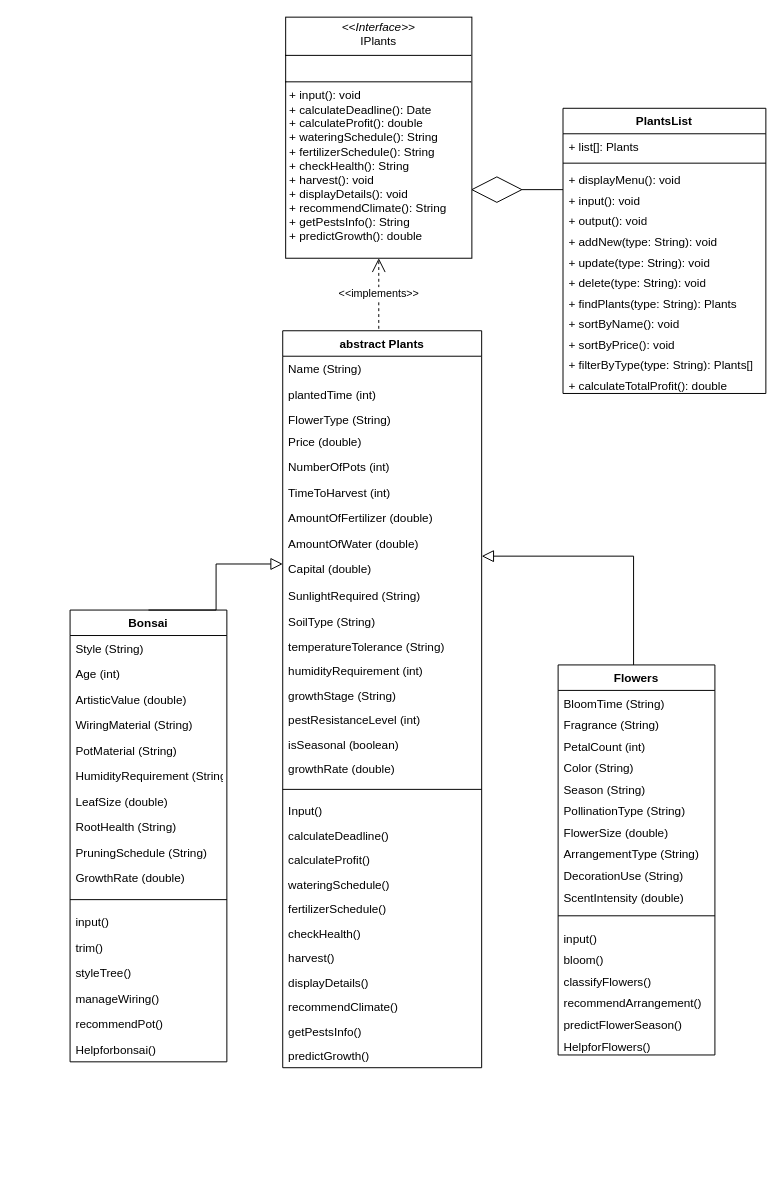
The draw.io diagram Untitled Diagram.drawio in NgoAnhThanThien/thanthien123, before the edit. Source tidied: cells renumbered, new cells numbered last; positions are measured from the earlier drawing's top-left corner, leaving out a move shared by most shapes. Both pictures are drawn from the tidied source at 98%, with x=0, y=0 at pixel (70, 17).
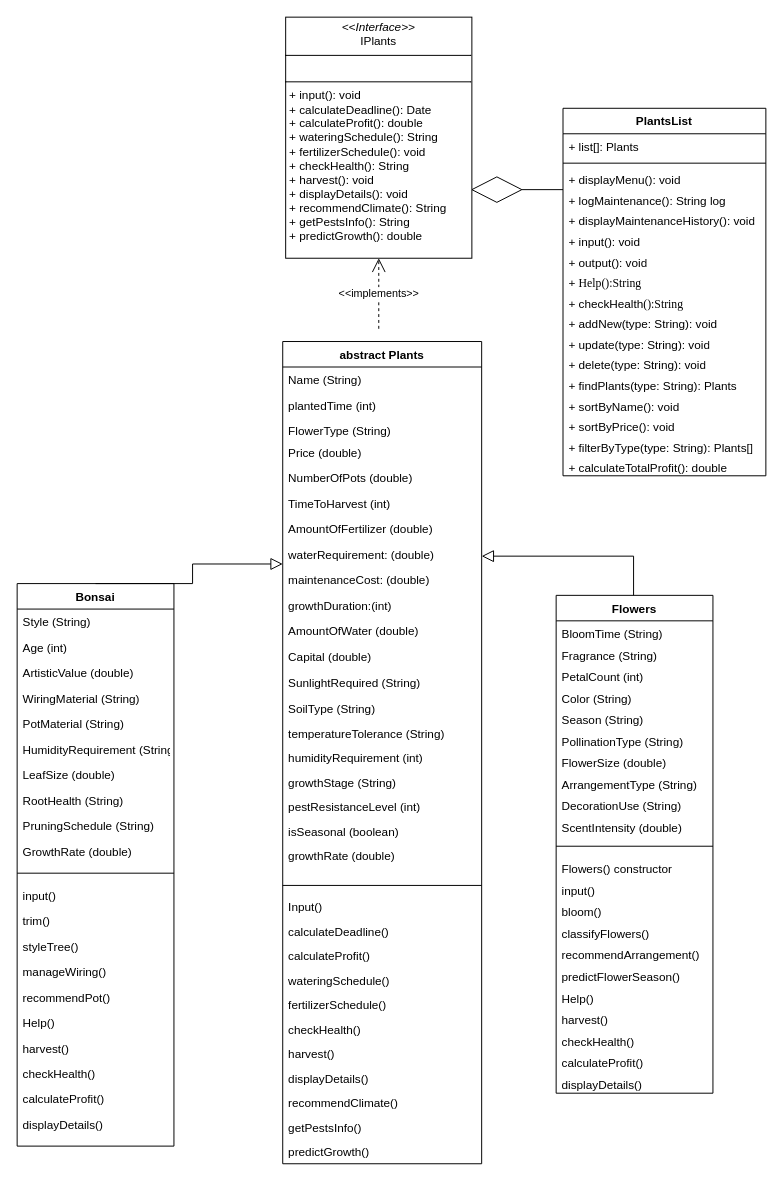
Above is the later version.

What changed in the source:
```diff
@@
     <mxCell id="2" value="abstract Plants" style="swimlane;fontStyle=1;align=center;verticalAlign=top;horizontal=1;startSize=26;rounded=0;shadow=0;strokeWidth=1;" parent="1" vertex="1">
-      <mxGeometry x="217" y="320" width="203" height="752" as="geometry" />
+      <mxGeometry x="217" y="331" width="203" height="839" as="geometry" />
     </mxCell>
@@
-    <mxCell id="7" value="NumberOfPots (int)" style="text;align=left;verticalAlign=top;spacingLeft=4;spacingRight=4;overflow=hidden;" parent="2" vertex="1">
+    <mxCell id="7" value="NumberOfPots (double)" style="text;align=left;verticalAlign=top;spacingLeft=4;spacingRight=4;overflow=hidden;" parent="2" vertex="1">
       <mxGeometry y="126" width="203" height="26" as="geometry" />
     </mxCell>
@@
+    <mxCell id="88" value="waterRequirement: (double)" style="text;align=left;verticalAlign=top;spacingLeft=4;spacingRight=4;overflow=hidden;" parent="2" vertex="1">
+      <mxGeometry y="204" width="203" height="26" as="geometry" />
+    </mxCell>
+    <mxCell id="89" value="maintenanceCost: (double)" style="text;align=left;verticalAlign=top;spacingLeft=4;spacingRight=4;overflow=hidden;" parent="2" vertex="1">
+      <mxGeometry y="230" width="203" height="26" as="geometry" />
+    </mxCell>
+    <mxCell id="90" value="growthDuration:(int)" style="text;align=left;verticalAlign=top;spacingLeft=4;spacingRight=4;overflow=hidden;" parent="2" vertex="1">
+      <mxGeometry y="256" width="203" height="26" as="geometry" />
+    </mxCell>
     <mxCell id="10" value="AmountOfWater (double)" style="text;align=left;verticalAlign=top;spacingLeft=4;spacingRight=4;overflow=hidden;" parent="2" vertex="1">
-      <mxGeometry y="204" width="203" height="26" as="geometry" />
+      <mxGeometry y="282" width="203" height="26" as="geometry" />
     </mxCell>
     <mxCell id="11" value="Capital (double)" style="text;align=left;verticalAlign=top;spacingLeft=4;spacingRight=4;overflow=hidden;" parent="2" vertex="1">
-      <mxGeometry y="230" width="203" height="27" as="geometry" />
+      <mxGeometry y="308" width="203" height="27" as="geometry" />
     </mxCell>
     <mxCell id="12" value="SunlightRequired (String)" style="text;align=left;verticalAlign=top;spacingLeft=4;spacingRight=4;overflow=hidden;" parent="2" vertex="1">
-      <mxGeometry y="257" width="203" height="27" as="geometry" />
+      <mxGeometry y="335" width="203" height="27" as="geometry" />
     </mxCell>
     <mxCell id="13" value="SoilType (String)" style="text;align=left;verticalAlign=top;spacingLeft=4;spacingRight=4;overflow=hidden;" parent="2" vertex="1">
-      <mxGeometry y="284" width="203" height="25" as="geometry" />
+      <mxGeometry y="362" width="203" height="25" as="geometry" />
     </mxCell>
     <mxCell id="14" value="temperatureTolerance (String)" style="text;align=left;verticalAlign=top;spacingLeft=4;spacingRight=4;overflow=hidden;" parent="2" vertex="1">
-      <mxGeometry y="309" width="203" height="25" as="geometry" />
+      <mxGeometry y="387" width="203" height="25" as="geometry" />
     </mxCell>
     <mxCell id="15" value="humidityRequirement (int)" style="text;align=left;verticalAlign=top;spacingLeft=4;spacingRight=4;overflow=hidden;" parent="2" vertex="1">
-      <mxGeometry y="334" width="203" height="25" as="geometry" />
+      <mxGeometry y="412" width="203" height="25" as="geometry" />
     </mxCell>
     <mxCell id="16" value="growthStage (String)" style="text;align=left;verticalAlign=top;spacingLeft=4;spacingRight=4;overflow=hidden;" parent="2" vertex="1">
-      <mxGeometry y="359" width="203" height="25" as="geometry" />
+      <mxGeometry y="437" width="203" height="25" as="geometry" />
     </mxCell>
     <mxCell id="17" value="pestResistanceLevel (int)" style="text;align=left;verticalAlign=top;spacingLeft=4;spacingRight=4;overflow=hidden;" parent="2" vertex="1">
-      <mxGeometry y="384" width="203" height="25" as="geometry" />
+      <mxGeometry y="462" width="203" height="25" as="geometry" />
     </mxCell>
     <mxCell id="18" value="isSeasonal (boolean)" style="text;align=left;verticalAlign=top;spacingLeft=4;spacingRight=4;overflow=hidden;" parent="2" vertex="1">
-      <mxGeometry y="409" width="203" height="25" as="geometry" />
+      <mxGeometry y="487" width="203" height="25" as="geometry" />
     </mxCell>
     <mxCell id="19" value="growthRate (double)" style="text;align=left;verticalAlign=top;spacingLeft=4;spacingRight=4;overflow=hidden;" parent="2" vertex="1">
-      <mxGeometry y="434" width="203" height="25" as="geometry" />
+      <mxGeometry y="512" width="203" height="34" as="geometry" />
     </mxCell>
     <mxCell id="20" style="line;html=1;strokeWidth=1;align=left;verticalAlign=middle;spacingTop=-1;spacingLeft=3;spacingRight=3;labelPosition=right;" parent="2" vertex="1">
-      <mxGeometry y="459" width="203" height="18" as="geometry" />
+      <mxGeometry y="546" width="203" height="18" as="geometry" />
     </mxCell>
     <mxCell id="21" value="Input()" style="text;align=left;verticalAlign=top;spacingLeft=4;spacingRight=4;overflow=hidden;" parent="2" vertex="1">
-      <mxGeometry y="477" width="203" height="25" as="geometry" />
+      <mxGeometry y="564" width="203" height="25" as="geometry" />
     </mxCell>
     <mxCell id="22" value="calculateDeadline()" style="text;align=left;verticalAlign=top;spacingLeft=4;spacingRight=4;overflow=hidden;" parent="2" vertex="1">
-      <mxGeometry y="502" width="203" height="25" as="geometry" />
+      <mxGeometry y="589" width="203" height="25" as="geometry" />
     </mxCell>
     <mxCell id="23" value="calculateProfit()" style="text;align=left;verticalAlign=top;spacingLeft=4;spacingRight=4;overflow=hidden;" parent="2" vertex="1">
-      <mxGeometry y="527" width="203" height="25" as="geometry" />
+      <mxGeometry y="614" width="203" height="25" as="geometry" />
     </mxCell>
     <mxCell id="24" value="wateringSchedule()" style="text;align=left;verticalAlign=top;spacingLeft=4;spacingRight=4;overflow=hidden;" parent="2" vertex="1">
-      <mxGeometry y="552" width="203" height="25" as="geometry" />
+      <mxGeometry y="639" width="203" height="25" as="geometry" />
     </mxCell>
     <mxCell id="25" value="fertilizerSchedule()" style="text;align=left;verticalAlign=top;spacingLeft=4;spacingRight=4;overflow=hidden;" parent="2" vertex="1">
-      <mxGeometry y="577" width="203" height="25" as="geometry" />
+      <mxGeometry y="664" width="203" height="25" as="geometry" />
     </mxCell>
     <mxCell id="26" value="checkHealth()" style="text;align=left;verticalAlign=top;spacingLeft=4;spacingRight=4;overflow=hidden;" parent="2" vertex="1">
-      <mxGeometry y="602" width="203" height="25" as="geometry" />
+      <mxGeometry y="689" width="203" height="25" as="geometry" />
     </mxCell>
     <mxCell id="27" value="harvest()" style="text;align=left;verticalAlign=top;spacingLeft=4;spacingRight=4;overflow=hidden;" parent="2" vertex="1">
-      <mxGeometry y="627" width="203" height="25" as="geometry" />
+      <mxGeometry y="714" width="203" height="25" as="geometry" />
     </mxCell>
     <mxCell id="28" value="displayDetails()" style="text;align=left;verticalAlign=top;spacingLeft=4;spacingRight=4;overflow=hidden;" parent="2" vertex="1">
-      <mxGeometry y="652" width="203" height="25" as="geometry" />
+      <mxGeometry y="739" width="203" height="25" as="geometry" />
     </mxCell>
     <mxCell id="29" value="recommendClimate()" style="text;align=left;verticalAlign=top;spacingLeft=4;spacingRight=4;overflow=hidden;" parent="2" vertex="1">
-      <mxGeometry y="677" width="203" height="25" as="geometry" />
+      <mxGeometry y="764" width="203" height="25" as="geometry" />
     </mxCell>
     <mxCell id="30" value="getPestsInfo()" style="text;align=left;verticalAlign=top;spacingLeft=4;spacingRight=4;overflow=hidden;" parent="2" vertex="1">
-      <mxGeometry y="702" width="203" height="25" as="geometry" />
+      <mxGeometry y="789" width="203" height="25" as="geometry" />
     </mxCell>
     <mxCell id="31" value="predictGrowth()" style="text;align=left;verticalAlign=top;spacingLeft=4;spacingRight=4;overflow=hidden;" parent="2" vertex="1">
-      <mxGeometry y="727" width="203" height="25" as="geometry" />
+      <mxGeometry y="814" width="203" height="25" as="geometry" />
     </mxCell>
     <mxCell id="32" value="Bonsai" style="swimlane;fontStyle=1;align=center;verticalAlign=top;horizontal=1;startSize=26;rounded=0;shadow=0;strokeWidth=1;" parent="1" vertex="1">
-      <mxGeometry y="605" width="160" height="461" as="geometry" />
+      <mxGeometry x="-54" y="578" width="160" height="574" as="geometry" />
     </mxCell>
@@
-    <mxCell id="49" value="Helpforbonsai()" style="text;align=left;verticalAlign=top;spacingLeft=4;spacingRight=4;overflow=hidden;" parent="32" vertex="1">
+    <mxCell id="49" value="Help()" style="text;align=left;verticalAlign=top;spacingLeft=4;spacingRight=4;overflow=hidden;" parent="32" vertex="1">
       <mxGeometry y="435" width="160" height="26" as="geometry" />
     </mxCell>
+    <mxCell id="91" value="harvest()" style="text;align=left;verticalAlign=top;spacingLeft=4;spacingRight=4;overflow=hidden;" parent="32" vertex="1">
+      <mxGeometry y="461" width="160" height="26" as="geometry" />
+    </mxCell>
+    <mxCell id="92" value="checkHealth()" style="text;align=left;verticalAlign=top;spacingLeft=4;spacingRight=4;overflow=hidden;" parent="32" vertex="1">
+      <mxGeometry y="487" width="160" height="26" as="geometry" />
+    </mxCell>
+    <mxCell id="93" value="calculateProfit()" style="text;align=left;verticalAlign=top;spacingLeft=4;spacingRight=4;overflow=hidden;" parent="32" vertex="1">
+      <mxGeometry y="513" width="160" height="26" as="geometry" />
+    </mxCell>
+    <mxCell id="94" value="displayDetails() " style="text;align=left;verticalAlign=top;spacingLeft=4;spacingRight=4;overflow=hidden;" parent="32" vertex="1">
+      <mxGeometry y="539" width="160" height="26" as="geometry" />
+    </mxCell>
     <mxCell id="50" style="endArrow=block;endSize=10;endFill=0;shadow=0;strokeWidth=1;rounded=0;edgeStyle=elbowEdgeStyle;entryX=-0.006;entryY=-0.04;entryDx=0;entryDy=0;entryPerimeter=0;exitX=0.5;exitY=0;exitDx=0;exitDy=0;" parent="1" edge="1" source="32">
       <mxGeometry relative="1" as="geometry">
         <mxPoint x="217" y="558" as="targetPoint" />
+        <Array as="points">
+          <mxPoint x="125" y="535" />
+        </Array>
       </mxGeometry>
     </mxCell>
     <mxCell id="51" value="Flowers" style="swimlane;fontStyle=1;align=center;verticalAlign=top;horizontal=1;startSize=26;rounded=0;shadow=0;strokeWidth=1;" parent="1" vertex="1">
-      <mxGeometry x="498" y="661" width="160" height="398" as="geometry" />
+      <mxGeometry x="496" y="590" width="160" height="508" as="geometry" />
     </mxCell>
@@
-    <mxCell id="63" value="input()" style="text;align=left;verticalAlign=top;spacingLeft=4;spacingRight=4;overflow=hidden;" parent="51" vertex="1">
+    <mxCell id="63" value="Flowers() constructor" style="text;align=left;verticalAlign=top;spacingLeft=4;spacingRight=4;overflow=hidden;" parent="51" vertex="1">
       <mxGeometry y="266" width="160" height="22" as="geometry" />
     </mxCell>
+    <mxCell id="95" value="input()" style="text;align=left;verticalAlign=top;spacingLeft=4;spacingRight=4;overflow=hidden;" parent="51" vertex="1">
+      <mxGeometry y="288" width="160" height="22" as="geometry" />
+    </mxCell>
     <mxCell id="64" value="bloom()" style="text;align=left;verticalAlign=top;spacingLeft=4;spacingRight=4;overflow=hidden;" parent="51" vertex="1">
-      <mxGeometry y="288" width="160" height="22" as="geometry" />
+      <mxGeometry y="310" width="160" height="22" as="geometry" />
     </mxCell>
     <mxCell id="65" value="classifyFlowers()" style="text;align=left;verticalAlign=top;spacingLeft=4;spacingRight=4;overflow=hidden;" parent="51" vertex="1">
-      <mxGeometry y="310" width="160" height="22" as="geometry" />
+      <mxGeometry y="332" width="160" height="22" as="geometry" />
     </mxCell>
     <mxCell id="66" value="recommendArrangement()" style="text;align=left;verticalAlign=top;spacingLeft=4;spacingRight=4;overflow=hidden;" parent="51" vertex="1">
-      <mxGeometry y="332" width="160" height="22" as="geometry" />
+      <mxGeometry y="354" width="160" height="22" as="geometry" />
     </mxCell>
     <mxCell id="67" value="predictFlowerSeason()" style="text;align=left;verticalAlign=top;spacingLeft=4;spacingRight=4;overflow=hidden;" parent="51" vertex="1">
-      <mxGeometry y="354" width="160" height="22" as="geometry" />
+      <mxGeometry y="376" width="160" height="22" as="geometry" />
     </mxCell>
-    <mxCell id="68" value="HelpforFlowers()" style="text;align=left;verticalAlign=top;spacingLeft=4;spacingRight=4;overflow=hidden;" parent="51" vertex="1">
-      <mxGeometry y="376" width="160" height="22" as="geometry" />
+    <mxCell id="68" value="Help()" style="text;align=left;verticalAlign=top;spacingLeft=4;spacingRight=4;overflow=hidden;" parent="51" vertex="1">
+      <mxGeometry y="398" width="160" height="22" as="geometry" />
     </mxCell>
+    <mxCell id="96" value="harvest()" style="text;align=left;verticalAlign=top;spacingLeft=4;spacingRight=4;overflow=hidden;" parent="51" vertex="1">
+      <mxGeometry y="420" width="160" height="22" as="geometry" />
+    </mxCell>
+    <mxCell id="97" value="checkHealth()" style="text;align=left;verticalAlign=top;spacingLeft=4;spacingRight=4;overflow=hidden;" parent="51" vertex="1">
+      <mxGeometry y="442" width="160" height="22" as="geometry" />
+    </mxCell>
+    <mxCell id="98" value="calculateProfit()" style="text;align=left;verticalAlign=top;spacingLeft=4;spacingRight=4;overflow=hidden;" parent="51" vertex="1">
+      <mxGeometry y="464" width="160" height="22" as="geometry" />
+    </mxCell>
+    <mxCell id="99" value="displayDetails() " style="text;align=left;verticalAlign=top;spacingLeft=4;spacingRight=4;overflow=hidden;" parent="51" vertex="1">
+      <mxGeometry y="486" width="160" height="22" as="geometry" />
+    </mxCell>
@@
     <mxCell id="72" value="PlantsList" style="swimlane;fontStyle=1;align=center;verticalAlign=top;horizontal=1;startSize=26;whiteSpace=wrap;html=1;" parent="1" vertex="1">
-      <mxGeometry x="503" y="93" width="207" height="291" as="geometry" />
+      <mxGeometry x="503" y="93" width="207" height="375" as="geometry" />
     </mxCell>
@@
+    <mxCell id="100" value="&lt;font&gt;+&amp;nbsp;&lt;span style=&quot;line-height: 107%;&quot;&gt;logMaintenance&lt;/span&gt;(): String log&lt;/font&gt;" style="text;strokeColor=none;fillColor=none;align=left;verticalAlign=top;spacingLeft=4;spacingRight=4;overflow=hidden;whiteSpace=wrap;html=1;" parent="72" vertex="1">
+      <mxGeometry y="81" width="207" height="21" as="geometry" />
+    </mxCell>
+    <mxCell id="101" value="&lt;font&gt;+&amp;nbsp;&lt;span style=&quot;line-height: 107%;&quot;&gt;displayMaintenanceHistory&lt;/span&gt;(): void&lt;/font&gt;" style="text;strokeColor=none;fillColor=none;align=left;verticalAlign=top;spacingLeft=4;spacingRight=4;overflow=hidden;whiteSpace=wrap;html=1;" parent="72" vertex="1">
+      <mxGeometry y="102" width="207" height="21" as="geometry" />
+    </mxCell>
     <mxCell id="76" value="+&amp;nbsp;input(): void" style="text;strokeColor=none;fillColor=none;align=left;verticalAlign=top;spacingLeft=4;spacingRight=4;overflow=hidden;whiteSpace=wrap;html=1;" parent="72" vertex="1">
-      <mxGeometry y="81" width="207" height="21" as="geometry" />
+      <mxGeometry y="123" width="207" height="21" as="geometry" />
     </mxCell>
     <mxCell id="77" value="+&amp;nbsp;output(): void" style="text;strokeColor=none;fillColor=none;align=left;verticalAlign=top;spacingLeft=4;spacingRight=4;overflow=hidden;whiteSpace=wrap;html=1;" parent="72" vertex="1">
-      <mxGeometry y="102" width="207" height="21" as="geometry" />
+      <mxGeometry y="144" width="207" height="21" as="geometry" />
     </mxCell>
+    <mxCell id="102" value="&lt;font&gt;+ &lt;font style=&quot;&quot; face=&quot;Times New Roman, serif&quot;&gt;Help():String&lt;/font&gt;&lt;/font&gt;" style="text;strokeColor=none;fillColor=none;align=left;verticalAlign=top;spacingLeft=4;spacingRight=4;overflow=hidden;whiteSpace=wrap;html=1;" parent="72" vertex="1">
+      <mxGeometry y="165" width="207" height="21" as="geometry" />
+    </mxCell>
+    <mxCell id="103" value="&lt;font&gt;+&amp;nbsp;&lt;span style=&quot;line-height: 107%;&quot;&gt;checkHealth&lt;/span&gt;&lt;font style=&quot;&quot; face=&quot;Times New Roman, serif&quot;&gt;():String&lt;/font&gt;&lt;/font&gt;" style="text;strokeColor=none;fillColor=none;align=left;verticalAlign=top;spacingLeft=4;spacingRight=4;overflow=hidden;whiteSpace=wrap;html=1;" parent="72" vertex="1">
+      <mxGeometry y="186" width="207" height="21" as="geometry" />
+    </mxCell>
     <mxCell id="78" value="+&amp;nbsp;addNew(type: String): void" style="text;strokeColor=none;fillColor=none;align=left;verticalAlign=top;spacingLeft=4;spacingRight=4;overflow=hidden;whiteSpace=wrap;html=1;" parent="72" vertex="1">
-      <mxGeometry y="123" width="207" height="21" as="geometry" />
+      <mxGeometry y="207" width="207" height="21" as="geometry" />
     </mxCell>
     <mxCell id="79" value="+ update(type: String): void" style="text;strokeColor=none;fillColor=none;align=left;verticalAlign=top;spacingLeft=4;spacingRight=4;overflow=hidden;whiteSpace=wrap;html=1;" parent="72" vertex="1">
-      <mxGeometry y="144" width="207" height="21" as="geometry" />
+      <mxGeometry y="228" width="207" height="21" as="geometry" />
     </mxCell>
     <mxCell id="80" value="+ delete(type: String): void" style="text;strokeColor=none;fillColor=none;align=left;verticalAlign=top;spacingLeft=4;spacingRight=4;overflow=hidden;whiteSpace=wrap;html=1;" parent="72" vertex="1">
-      <mxGeometry y="165" width="207" height="21" as="geometry" />
+      <mxGeometry y="249" width="207" height="21" as="geometry" />
     </mxCell>
     <mxCell id="81" value="+ findPlants(type: String): Plants" style="text;strokeColor=none;fillColor=none;align=left;verticalAlign=top;spacingLeft=4;spacingRight=4;overflow=hidden;whiteSpace=wrap;html=1;" parent="72" vertex="1">
-      <mxGeometry y="186" width="207" height="21" as="geometry" />
+      <mxGeometry y="270" width="207" height="21" as="geometry" />
     </mxCell>
     <mxCell id="82" value="+ sortByName(): void" style="text;strokeColor=none;fillColor=none;align=left;verticalAlign=top;spacingLeft=4;spacingRight=4;overflow=hidden;whiteSpace=wrap;html=1;" parent="72" vertex="1">
-      <mxGeometry y="207" width="207" height="21" as="geometry" />
+      <mxGeometry y="291" width="207" height="21" as="geometry" />
     </mxCell>
     <mxCell id="83" value="+ sortByPrice(): void" style="text;strokeColor=none;fillColor=none;align=left;verticalAlign=top;spacingLeft=4;spacingRight=4;overflow=hidden;whiteSpace=wrap;html=1;" parent="72" vertex="1">
-      <mxGeometry y="228" width="207" height="21" as="geometry" />
+      <mxGeometry y="312" width="207" height="21" as="geometry" />
     </mxCell>
     <mxCell id="84" value="+ filterByType(type: String): Plants[]" style="text;strokeColor=none;fillColor=none;align=left;verticalAlign=top;spacingLeft=4;spacingRight=4;overflow=hidden;whiteSpace=wrap;html=1;" parent="72" vertex="1">
-      <mxGeometry y="249" width="207" height="21" as="geometry" />
+      <mxGeometry y="333" width="207" height="21" as="geometry" />
     </mxCell>
     <mxCell id="85" value="+ calculateTotalProfit(): double" style="text;strokeColor=none;fillColor=none;align=left;verticalAlign=top;spacingLeft=4;spacingRight=4;overflow=hidden;whiteSpace=wrap;html=1;" parent="72" vertex="1">
-      <mxGeometry y="270" width="207" height="21" as="geometry" />
+      <mxGeometry y="354" width="207" height="21" as="geometry" />
     </mxCell>
-    <mxCell id="86" value="&lt;p style=&quot;margin:0px;margin-top:4px;text-align:center;&quot;&gt;&lt;i&gt;&amp;lt;&amp;lt;Interface&amp;gt;&amp;gt;&lt;/i&gt;&lt;br&gt;IPlants&lt;/p&gt;&lt;hr size=&quot;1&quot; style=&quot;border-style:solid;&quot;&gt;&lt;p style=&quot;margin:0px;margin-left:4px;&quot;&gt;&lt;br&gt;&lt;/p&gt;&lt;hr size=&quot;1&quot; style=&quot;border-style:solid;&quot;&gt;&lt;p style=&quot;margin:0px;margin-left:4px;&quot;&gt;+ input(): void&lt;/p&gt;&lt;p style=&quot;margin:0px;margin-left:4px;&quot;&gt;+ calculateDeadline(): Date&lt;/p&gt;&lt;p style=&quot;margin:0px;margin-left:4px;&quot;&gt;+ calculateProfit(): double&amp;nbsp;&lt;/p&gt;&lt;p style=&quot;margin:0px;margin-left:4px;&quot;&gt;+ wateringSchedule(): String&amp;nbsp;&lt;/p&gt;&lt;p style=&quot;margin:0px;margin-left:4px;&quot;&gt;+ fertilizerSchedule(): String&amp;nbsp;&lt;/p&gt;&lt;p style=&quot;margin:0px;margin-left:4px;&quot;&gt;+ checkHealth(): String&amp;nbsp;&lt;/p&gt;&lt;p style=&quot;margin:0px;margin-left:4px;&quot;&gt;+ harvest(): void&amp;nbsp;&lt;/p&gt;&lt;p style=&quot;margin:0px;margin-left:4px;&quot;&gt;+ displayDetails(): void&amp;nbsp;&lt;/p&gt;&lt;p style=&quot;margin:0px;margin-left:4px;&quot;&gt;+ recommendClimate(): String&amp;nbsp;&lt;/p&gt;&lt;p style=&quot;margin:0px;margin-left:4px;&quot;&gt;+ getPestsInfo(): String&amp;nbsp;&lt;/p&gt;&lt;p style=&quot;margin:0px;margin-left:4px;&quot;&gt;+ predictGrowth(): double&lt;/p&gt;" style="verticalAlign=top;align=left;overflow=fill;html=1;whiteSpace=wrap;" parent="1" vertex="1">
+    <mxCell id="86" value="&lt;p style=&quot;margin:0px;margin-top:4px;text-align:center;&quot;&gt;&lt;i&gt;&amp;lt;&amp;lt;Interface&amp;gt;&amp;gt;&lt;/i&gt;&lt;br&gt;IPlants&lt;/p&gt;&lt;hr size=&quot;1&quot; style=&quot;border-style:solid;&quot;&gt;&lt;p style=&quot;margin:0px;margin-left:4px;&quot;&gt;&lt;br&gt;&lt;/p&gt;&lt;hr size=&quot;1&quot; style=&quot;border-style:solid;&quot;&gt;&lt;p style=&quot;margin:0px;margin-left:4px;&quot;&gt;+ input(): void&lt;/p&gt;&lt;p style=&quot;margin:0px;margin-left:4px;&quot;&gt;+ calculateDeadline(): Date&lt;/p&gt;&lt;p style=&quot;margin:0px;margin-left:4px;&quot;&gt;+ calculateProfit(): double&amp;nbsp;&lt;/p&gt;&lt;p style=&quot;margin:0px;margin-left:4px;&quot;&gt;+ wateringSchedule(): String&amp;nbsp;&lt;/p&gt;&lt;p style=&quot;margin:0px;margin-left:4px;&quot;&gt;+ fertilizerSchedule(): void&lt;/p&gt;&lt;p style=&quot;margin:0px;margin-left:4px;&quot;&gt;+ checkHealth(): String&amp;nbsp;&lt;/p&gt;&lt;p style=&quot;margin:0px;margin-left:4px;&quot;&gt;+ harvest(): void&amp;nbsp;&lt;/p&gt;&lt;p style=&quot;margin:0px;margin-left:4px;&quot;&gt;+ displayDetails(): void&amp;nbsp;&lt;/p&gt;&lt;p style=&quot;margin:0px;margin-left:4px;&quot;&gt;+ recommendClimate(): String&amp;nbsp;&lt;/p&gt;&lt;p style=&quot;margin:0px;margin-left:4px;&quot;&gt;+ getPestsInfo(): String&amp;nbsp;&lt;/p&gt;&lt;p style=&quot;margin:0px;margin-left:4px;&quot;&gt;+ predictGrowth(): double&lt;/p&gt;" style="verticalAlign=top;align=left;overflow=fill;html=1;whiteSpace=wrap;" parent="1" vertex="1">
       <mxGeometry x="220" width="190" height="246" as="geometry" />
     </mxCell>
```
